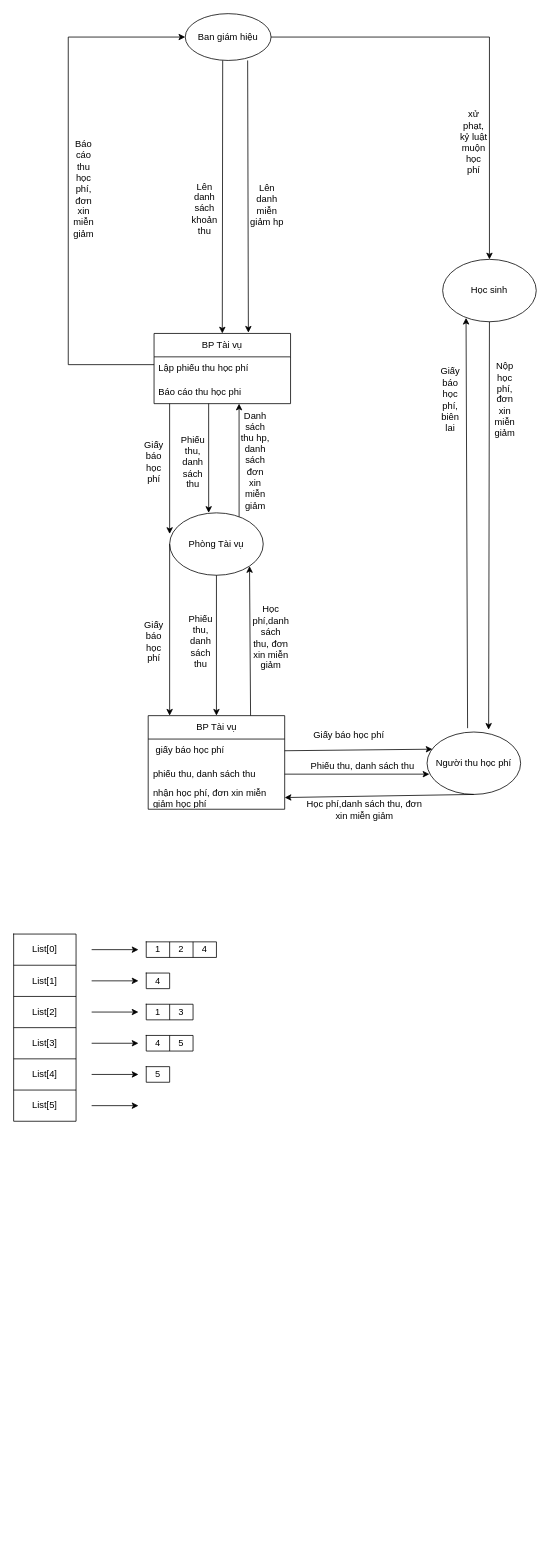
Earlier version of the draw.io diagram Untitled Diagram.drawio (duyquyen20062000/cv). Source tidied: cells renumbered, new cells numbered last; positions are measured from the earlier drawing's top-left corner, leaving out a move shared by most shapes. Both pictures are drawn from the tidied source at 78%, with x=0, y=0 at pixel (13, 13).
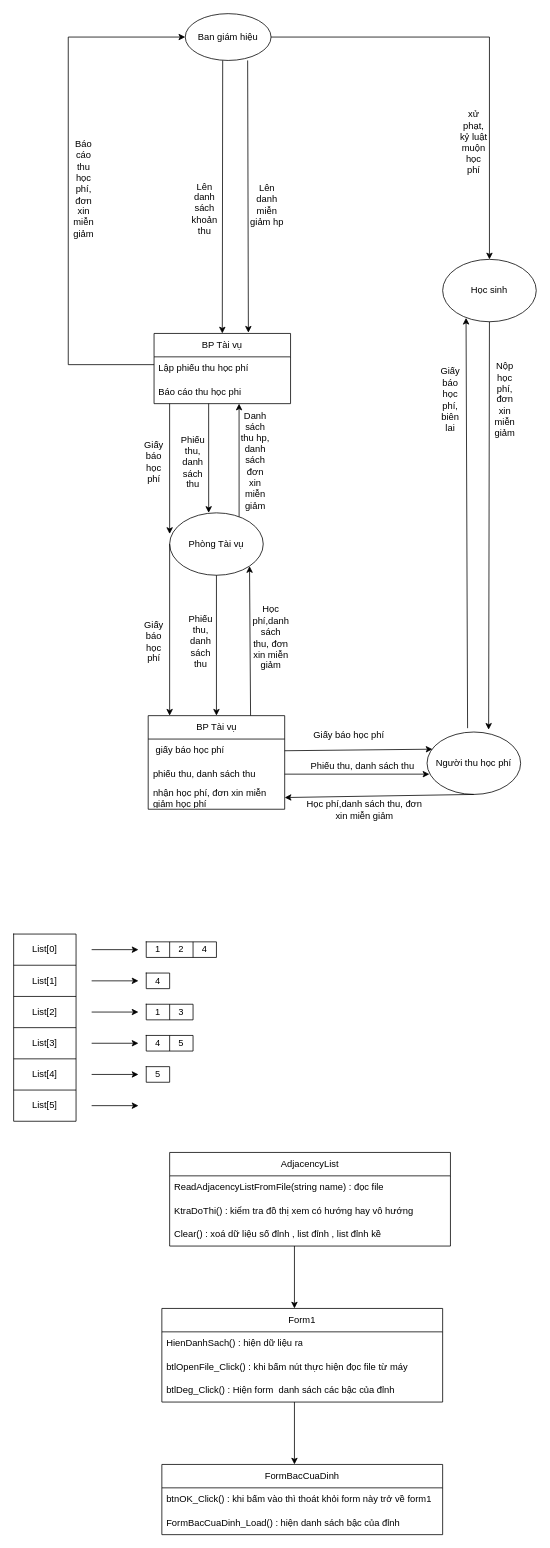
The same diagram, later.

What changed in the source:
```diff
@@
+    <mxCell id="85" value="AdjacencyList" style="swimlane;fontStyle=0;horizontal=1;startSize=30;whiteSpace=wrap;html=1;" parent="1" vertex="1">
+      <mxGeometry x="200" y="1460" width="360" height="120" as="geometry" />
+    </mxCell>
+    <mxCell id="86" value="ReadAdjacencyListFromFile(string name) : đọc file&amp;nbsp;" style="text;strokeColor=none;fillColor=none;align=left;verticalAlign=middle;spacingLeft=4;spacingRight=4;overflow=hidden;whiteSpace=wrap;html=1;" parent="85" vertex="1">
+      <mxGeometry y="30" width="360" height="30" as="geometry" />
+    </mxCell>
+    <mxCell id="87" value="KtraDoThi() : kiểm tra đồ thị xem có hướng hay vô hướng" style="text;strokeColor=none;fillColor=none;align=left;verticalAlign=middle;spacingLeft=4;spacingRight=4;overflow=hidden;whiteSpace=wrap;html=1;" parent="85" vertex="1">
+      <mxGeometry y="60" width="360" height="30" as="geometry" />
+    </mxCell>
+    <mxCell id="88" value="Clear() : xoá dữ liệu số đỉnh , list đỉnh , list đỉnh kề" style="text;strokeColor=none;fillColor=none;align=left;verticalAlign=middle;spacingLeft=4;spacingRight=4;overflow=hidden;whiteSpace=wrap;html=1;" parent="85" vertex="1">
+      <mxGeometry y="90" width="360" height="30" as="geometry" />
+    </mxCell>
+    <mxCell id="89" value="Form1" style="swimlane;fontStyle=0;horizontal=1;startSize=30;whiteSpace=wrap;html=1;" parent="1" vertex="1">
+      <mxGeometry x="190" y="1660" width="360" height="120" as="geometry" />
+    </mxCell>
+    <mxCell id="90" value="HienDanhSach() : hiện dữ liệu ra&lt;span id=&quot;docs-internal-guid-e5c6fd28-7fff-b274-dc6e-0d8380b94655&quot;&gt;&lt;/span&gt;" style="text;strokeColor=none;fillColor=none;align=left;verticalAlign=middle;spacingLeft=4;spacingRight=4;overflow=hidden;whiteSpace=wrap;html=1;" parent="89" vertex="1">
+      <mxGeometry y="30" width="360" height="30" as="geometry" />
+    </mxCell>
+    <mxCell id="91" value="btlOpenFile_Click() : khi bấm nút thực hiện đọc file từ máy" style="text;strokeColor=none;fillColor=none;align=left;verticalAlign=middle;spacingLeft=4;spacingRight=4;overflow=hidden;whiteSpace=wrap;html=1;" parent="89" vertex="1">
+      <mxGeometry y="60" width="360" height="30" as="geometry" />
+    </mxCell>
+    <mxCell id="92" value="btlDeg_Click() : Hiện form&amp;nbsp; danh sách các bậc của đỉnh" style="text;strokeColor=none;fillColor=none;align=left;verticalAlign=middle;spacingLeft=4;spacingRight=4;overflow=hidden;whiteSpace=wrap;html=1;" parent="89" vertex="1">
+      <mxGeometry y="90" width="360" height="30" as="geometry" />
+    </mxCell>
+    <mxCell id="93" style="endArrow=classic;html=1;rounded=0;" parent="1" edge="1">
+      <mxGeometry relative="1" as="geometry">
+        <mxPoint x="360" y="1580" as="sourcePoint" />
+        <mxPoint x="360" y="1660" as="targetPoint" />
+      </mxGeometry>
+    </mxCell>
+    <mxCell id="94" value="FormBacCuaDinh" style="swimlane;fontStyle=0;horizontal=1;startSize=30;whiteSpace=wrap;html=1;" parent="1" vertex="1">
+      <mxGeometry x="190" y="1860" width="360" height="90" as="geometry" />
+    </mxCell>
+    <mxCell id="95" value="btnOK_Click() : khi bấm vào thì thoát khỏi form này trở về form1" style="text;strokeColor=none;fillColor=none;align=left;verticalAlign=middle;spacingLeft=4;spacingRight=4;overflow=hidden;whiteSpace=wrap;html=1;" parent="94" vertex="1">
+      <mxGeometry y="30" width="360" height="30" as="geometry" />
+    </mxCell>
+    <mxCell id="96" value="FormBacCuaDinh_Load() : hiện danh sách bậc của đỉnh" style="text;strokeColor=none;fillColor=none;align=left;verticalAlign=middle;spacingLeft=4;spacingRight=4;overflow=hidden;whiteSpace=wrap;html=1;" parent="94" vertex="1">
+      <mxGeometry y="60" width="360" height="30" as="geometry" />
+    </mxCell>
+    <mxCell id="97" style="endArrow=classic;html=1;rounded=0;" parent="1" edge="1">
+      <mxGeometry relative="1" as="geometry">
+        <mxPoint x="360" y="1780" as="sourcePoint" />
+        <mxPoint x="360" y="1860" as="targetPoint" />
+      </mxGeometry>
+    </mxCell>
```
